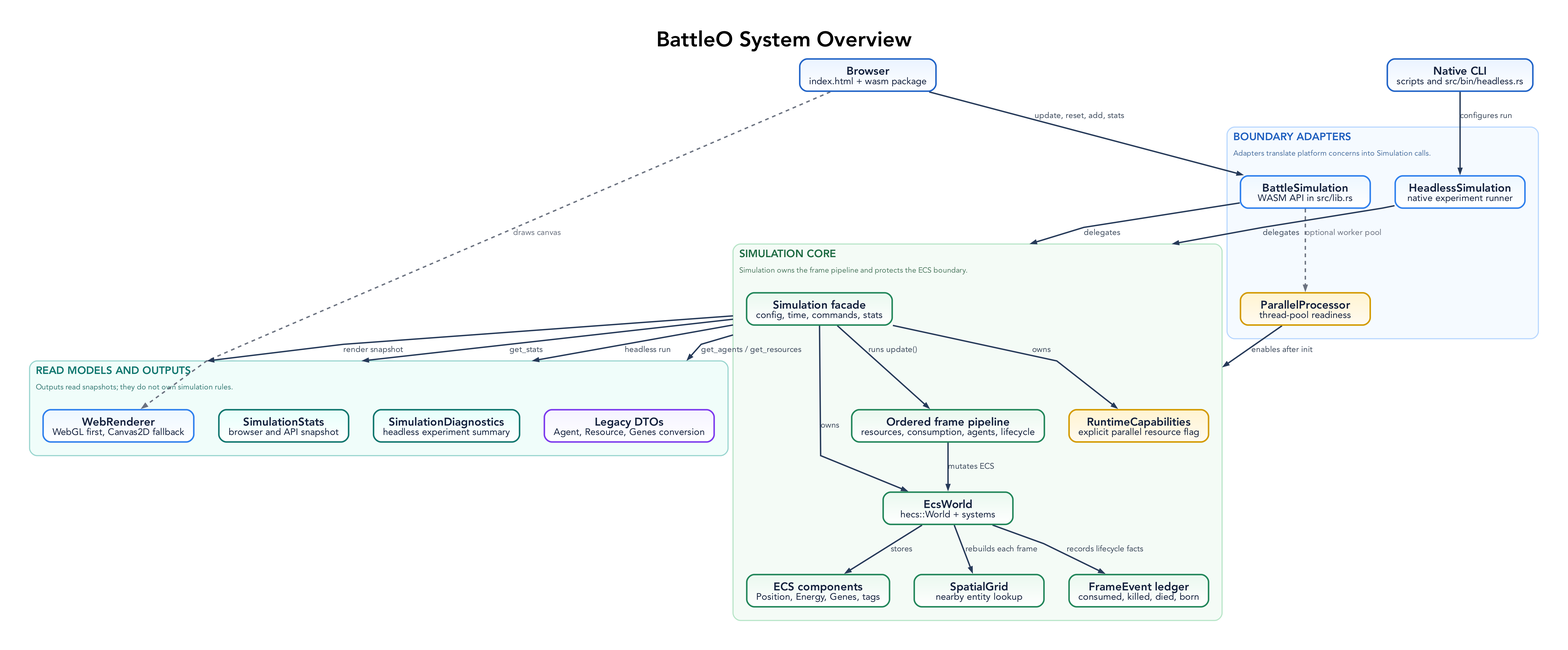
tre-systems/evo-1 keeps this Graphviz diagram as docs/diagrams/system-overview.png. Above is the earlier version. Its source is kept beside it as docs/diagrams/system-overview.dot.
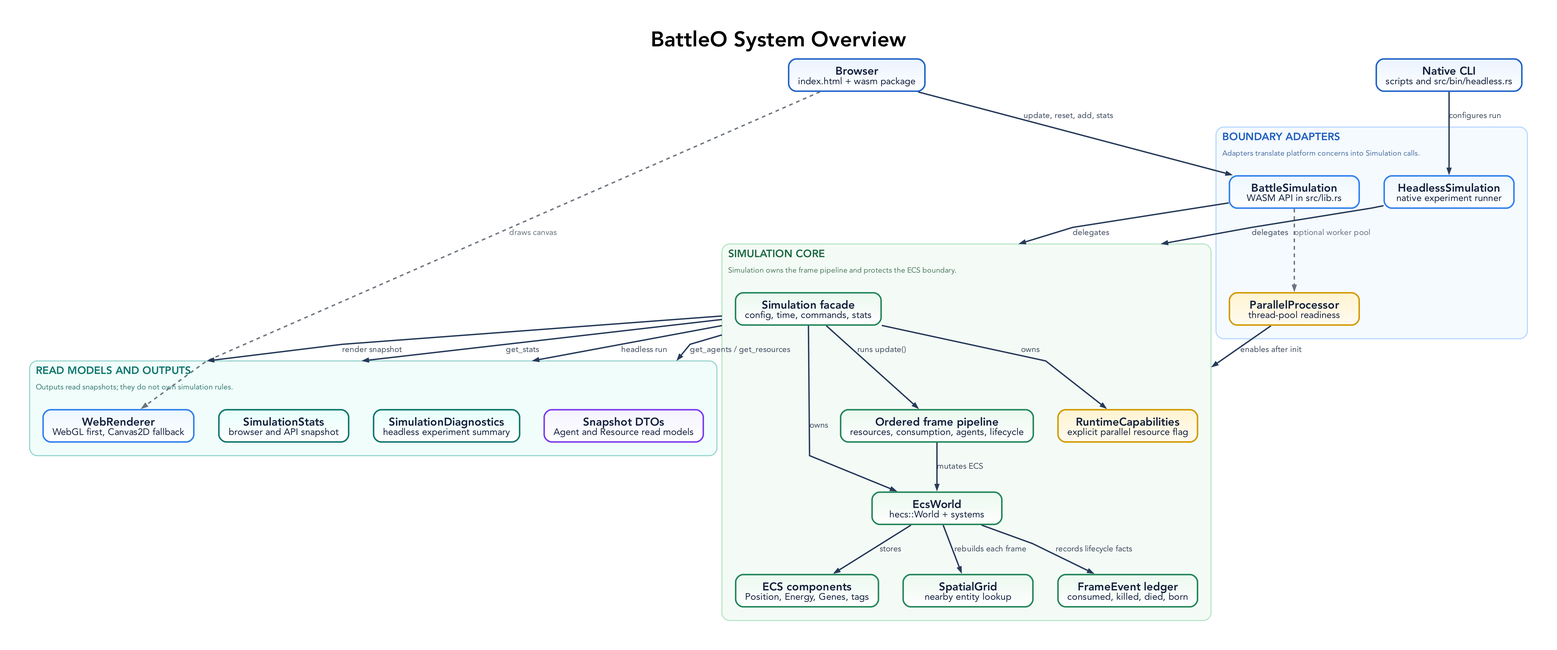
Later version of the same file.

What changed in the source:
```diff
@@ -126,7 +126,7 @@
     renderer [label=<<B>WebRenderer</B><BR/><FONT POINT-SIZE="15">WebGL first, Canvas2D fallback</FONT>>, fillcolor="#edf7ff:#ffffff", color="#2f80ed"];
     stats [label=<<B>SimulationStats</B><BR/><FONT POINT-SIZE="15">browser and API snapshot</FONT>>, fillcolor="#e6fffb:#ffffff", color="#0f766e"];
     diagnostics [label=<<B>SimulationDiagnostics</B><BR/><FONT POINT-SIZE="15">headless experiment summary</FONT>>, fillcolor="#e6fffb:#ffffff", color="#0f766e"];
-    dto [label=<<B>Legacy DTOs</B><BR/><FONT POINT-SIZE="15">Agent, Resource, Genes conversion</FONT>>, fillcolor="#f5f3ff:#ffffff", color="#7c3aed"];
+    dto [label=<<B>Snapshot DTOs</B><BR/><FONT POINT-SIZE="15">Agent and Resource read models</FONT>>, fillcolor="#f5f3ff:#ffffff", color="#7c3aed"];
   }
 
   browser -> wasm_adapter [label="update, reset, add, stats"];
```
